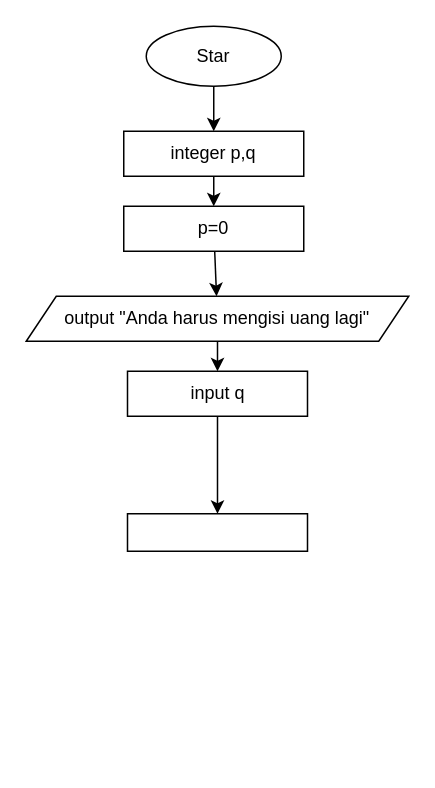
Earlier version of the draw.io diagram flowchart.drawio (maulliidda/MaulidaFP12). Source tidied: cells renumbered, new cells numbered last; positions are measured from the earlier drawing's top-left corner, leaving out a move shared by most shapes. Both pictures are drawn from the tidied source at 150%, with x=0, y=0 at pixel (26, 26).
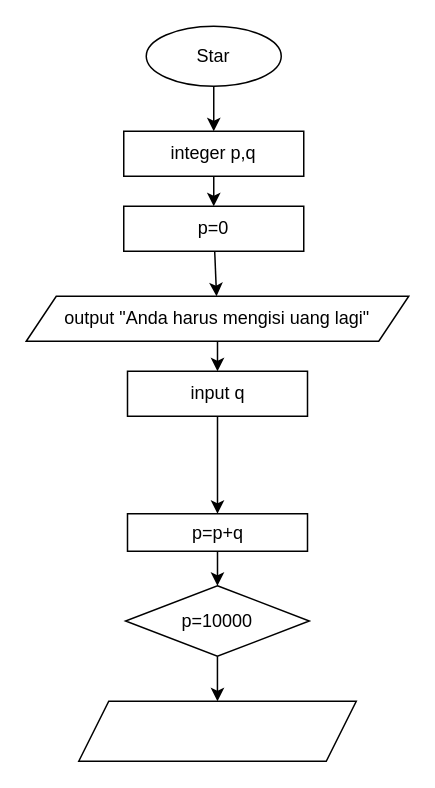
Above is the later version.

Commit message:
If p=10000 while output ambil minuman anda

Change to the diagram source:
```diff
@@
 <mxGraphModel>
   <root>
     <mxCell id="0" />
     <mxCell id="1" parent="0" />
     <mxCell id="2" style="edgeStyle=none;html=1;" parent="1" edge="1" source="3" target="5">
       <mxGeometry relative="1" as="geometry" />
     </mxCell>
     <mxCell id="3" value="Star" style="ellipse;whiteSpace=wrap;html=1;" parent="1" vertex="1">
       <mxGeometry x="80" width="90" height="40" as="geometry" />
     </mxCell>
     <mxCell id="4" style="edgeStyle=none;html=1;" parent="1" edge="1" source="5" target="7">
       <mxGeometry relative="1" as="geometry" />
     </mxCell>
     <mxCell id="5" value="integer p,q" style="whiteSpace=wrap;html=1;" parent="1" vertex="1">
       <mxGeometry x="65" y="70" width="120" height="30" as="geometry" />
     </mxCell>
     <mxCell id="6" style="edgeStyle=none;html=1;" parent="1" edge="1" source="7" target="9">
       <mxGeometry relative="1" as="geometry" />
     </mxCell>
     <mxCell id="7" value="p=0" style="whiteSpace=wrap;html=1;" parent="1" vertex="1">
       <mxGeometry x="65" y="120" width="120" height="30" as="geometry" />
     </mxCell>
     <mxCell id="8" style="edgeStyle=none;html=1;" parent="1" edge="1" source="9" target="11">
       <mxGeometry relative="1" as="geometry" />
     </mxCell>
     <mxCell id="9" value="output &quot;Anda harus mengisi uang lagi&quot;" style="shape=parallelogram;perimeter=parallelogramPerimeter;whiteSpace=wrap;html=1;fixedSize=1;" parent="1" vertex="1">
       <mxGeometry y="180" width="255" height="30" as="geometry" />
     </mxCell>
     <mxCell id="10" style="edgeStyle=none;html=1;" parent="1" edge="1" source="11" target="12">
       <mxGeometry relative="1" as="geometry" />
     </mxCell>
     <mxCell id="11" value="input q" style="whiteSpace=wrap;html=1;" parent="1" vertex="1">
       <mxGeometry x="67.5" y="230" width="120" height="30" as="geometry" />
     </mxCell>
+    <mxCell id="13" style="edgeStyle=none;html=1;" parent="1" edge="1" source="12" target="15">
+      <mxGeometry relative="1" as="geometry" />
+    </mxCell>
-    <mxCell id="12" style="whiteSpace=wrap;html=1;" parent="1" vertex="1">
+    <mxCell id="12" value="p=p+q" style="whiteSpace=wrap;html=1;" parent="1" vertex="1">
       <mxGeometry x="67.5" y="325" width="120" height="25" as="geometry" />
     </mxCell>
+    <mxCell id="14" style="edgeStyle=none;html=1;" parent="1" edge="1" source="15" target="16">
+      <mxGeometry relative="1" as="geometry" />
+    </mxCell>
+    <mxCell id="15" value="p=10000" style="rhombus;whiteSpace=wrap;html=1;" parent="1" vertex="1">
+      <mxGeometry x="66.2" y="373" width="122.5" height="47" as="geometry" />
+    </mxCell>
+    <mxCell id="16" style="shape=parallelogram;perimeter=parallelogramPerimeter;whiteSpace=wrap;html=1;fixedSize=1;" parent="1" vertex="1">
+      <mxGeometry x="35" y="450" width="185" height="40" as="geometry" />
+    </mxCell>
   </root>
 </mxGraphModel>
```
